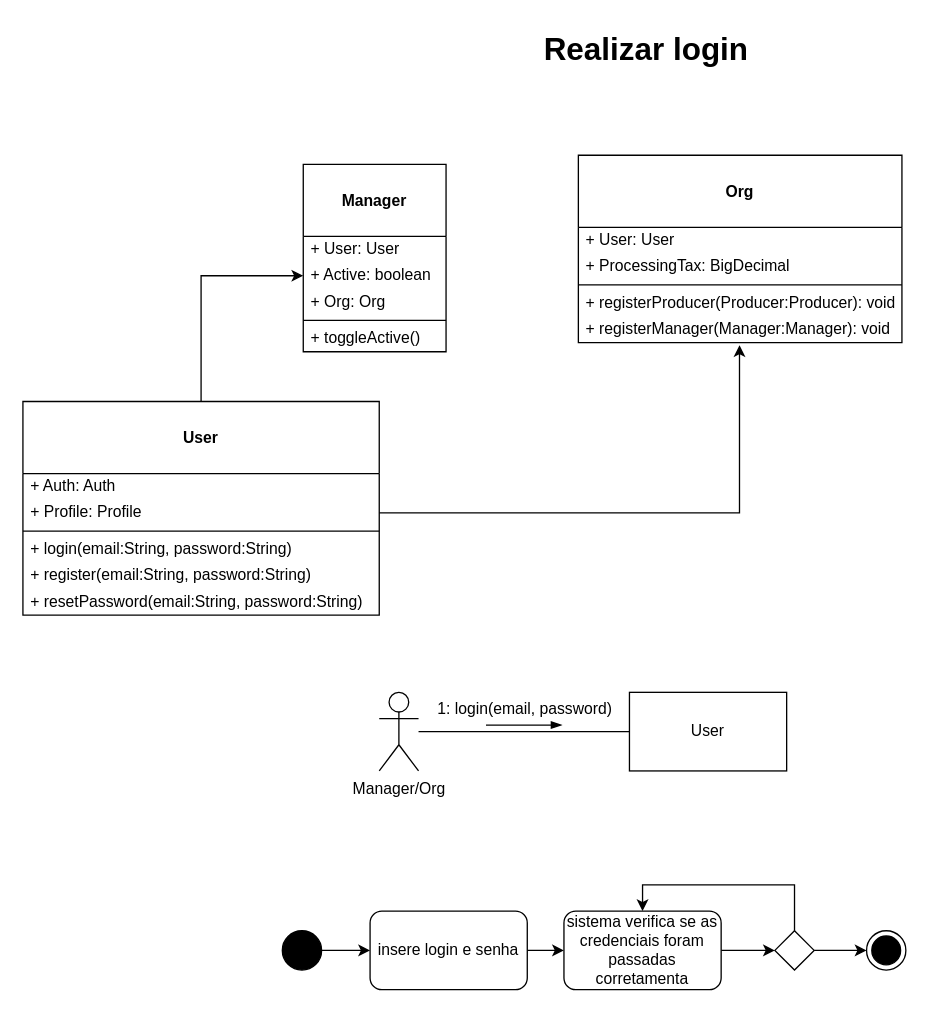
karolineSaraiva/Atividade-POO keeps this draw.io diagram as login.drawio. Above is the earlier version. Source tidied: cells renumbered, new cells numbered last; positions are measured from the earlier drawing's top-left corner, leaving out a move shared by most shapes. Both pictures are drawn from the tidied source at 131%, with x=0, y=0 at pixel (22, 22).
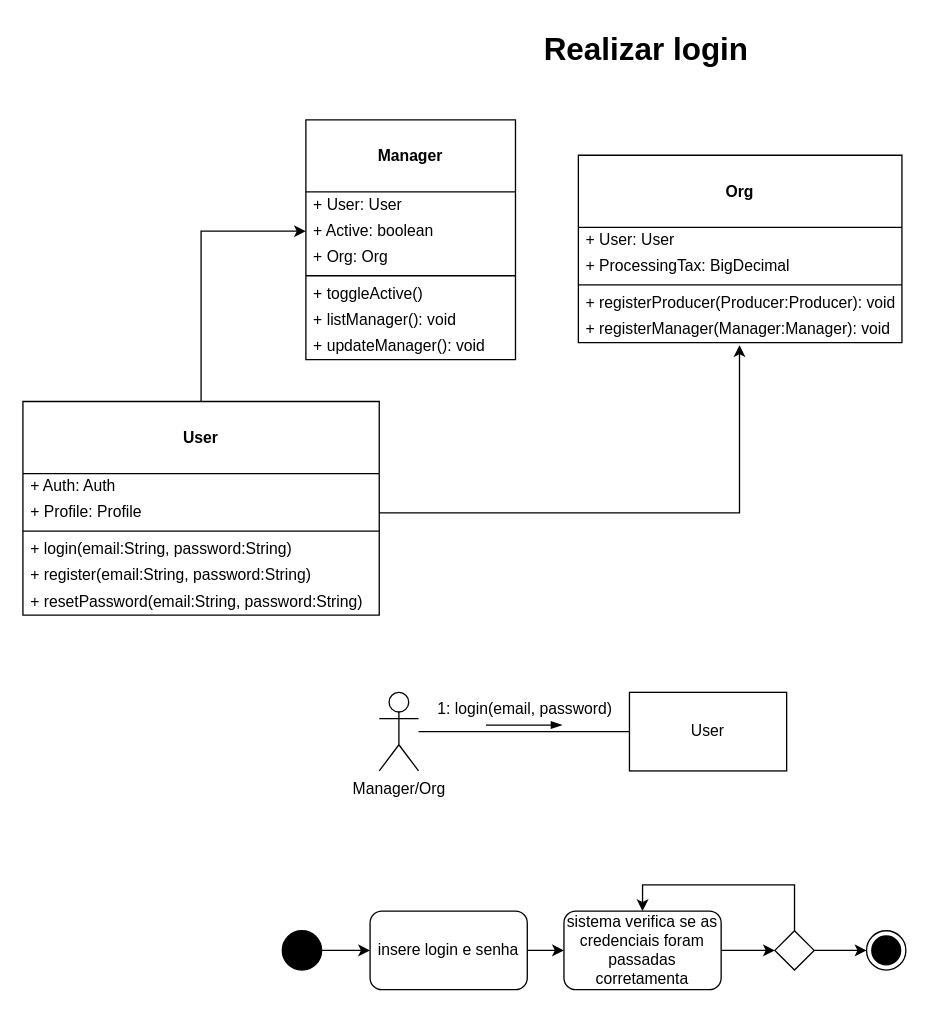
The same diagram, later.

Diff of the diagram source:
```diff
@@
     <mxCell id="26" value="&lt;br&gt;&lt;b&gt;Manager&lt;/b&gt;" style="swimlane;fontStyle=0;align=center;verticalAlign=top;horizontal=1;startSize=55;html=1;whiteSpace=wrap;" parent="1" vertex="1">
-      <mxGeometry x="214" y="108" width="109" height="143" as="geometry" />
+      <mxGeometry x="216" y="74" width="160" height="183" as="geometry" />
     </mxCell>
     <mxCell id="27" value="+ User: User" style="text;html=1;strokeColor=none;fillColor=none;align=left;verticalAlign=middle;spacingLeft=4;spacingRight=4;overflow=hidden;whiteSpace=wrap;" parent="26" vertex="1">
-      <mxGeometry y="55" width="109" height="20" as="geometry" />
+      <mxGeometry y="55" width="160" height="20" as="geometry" />
     </mxCell>
     <mxCell id="28" value="+ Active: boolean" style="text;html=1;strokeColor=none;fillColor=none;align=left;verticalAlign=middle;spacingLeft=4;spacingRight=4;overflow=hidden;points=[[0,0.5],[1,0.5]];portConstraint=eastwest;whiteSpace=wrap;" parent="26" vertex="1">
-      <mxGeometry y="75" width="109" height="20" as="geometry" />
+      <mxGeometry y="75" width="160" height="20" as="geometry" />
     </mxCell>
     <mxCell id="29" value="+ Org: Org" style="text;html=1;strokeColor=none;fillColor=none;align=left;verticalAlign=middle;spacingLeft=4;spacingRight=4;overflow=hidden;whiteSpace=wrap;" parent="26" vertex="1">
-      <mxGeometry y="95" width="109" height="20" as="geometry" />
+      <mxGeometry y="95" width="160" height="20" as="geometry" />
     </mxCell>
     <mxCell id="30" style="line;strokeWidth=1;fillColor=none;align=left;verticalAlign=middle;spacingTop=-1;spacingLeft=3;spacingRight=3;labelPosition=right;" parent="26" vertex="1">
-      <mxGeometry y="115" width="109" height="8" as="geometry" />
+      <mxGeometry y="115" width="160" height="8" as="geometry" />
     </mxCell>
     <mxCell id="31" value="+ toggleActive()" style="text;html=1;strokeColor=none;fillColor=none;align=left;verticalAlign=middle;spacingLeft=4;spacingRight=4;overflow=hidden;whiteSpace=wrap;" parent="26" vertex="1">
-      <mxGeometry y="123" width="109" height="20" as="geometry" />
+      <mxGeometry y="123" width="160" height="20" as="geometry" />
     </mxCell>
+    <mxCell id="39" value="+ listManager(): void" style="text;html=1;strokeColor=none;fillColor=none;align=left;verticalAlign=middle;spacingLeft=4;spacingRight=4;overflow=hidden;whiteSpace=wrap;" parent="26" vertex="1">
+      <mxGeometry y="143" width="160" height="20" as="geometry" />
+    </mxCell>
+    <mxCell id="40" value="+ updateManager(): void" style="text;html=1;strokeColor=none;fillColor=none;align=left;verticalAlign=middle;spacingLeft=4;spacingRight=4;overflow=hidden;whiteSpace=wrap;" parent="26" vertex="1">
+      <mxGeometry y="163" width="160" height="20" as="geometry" />
+    </mxCell>
```
